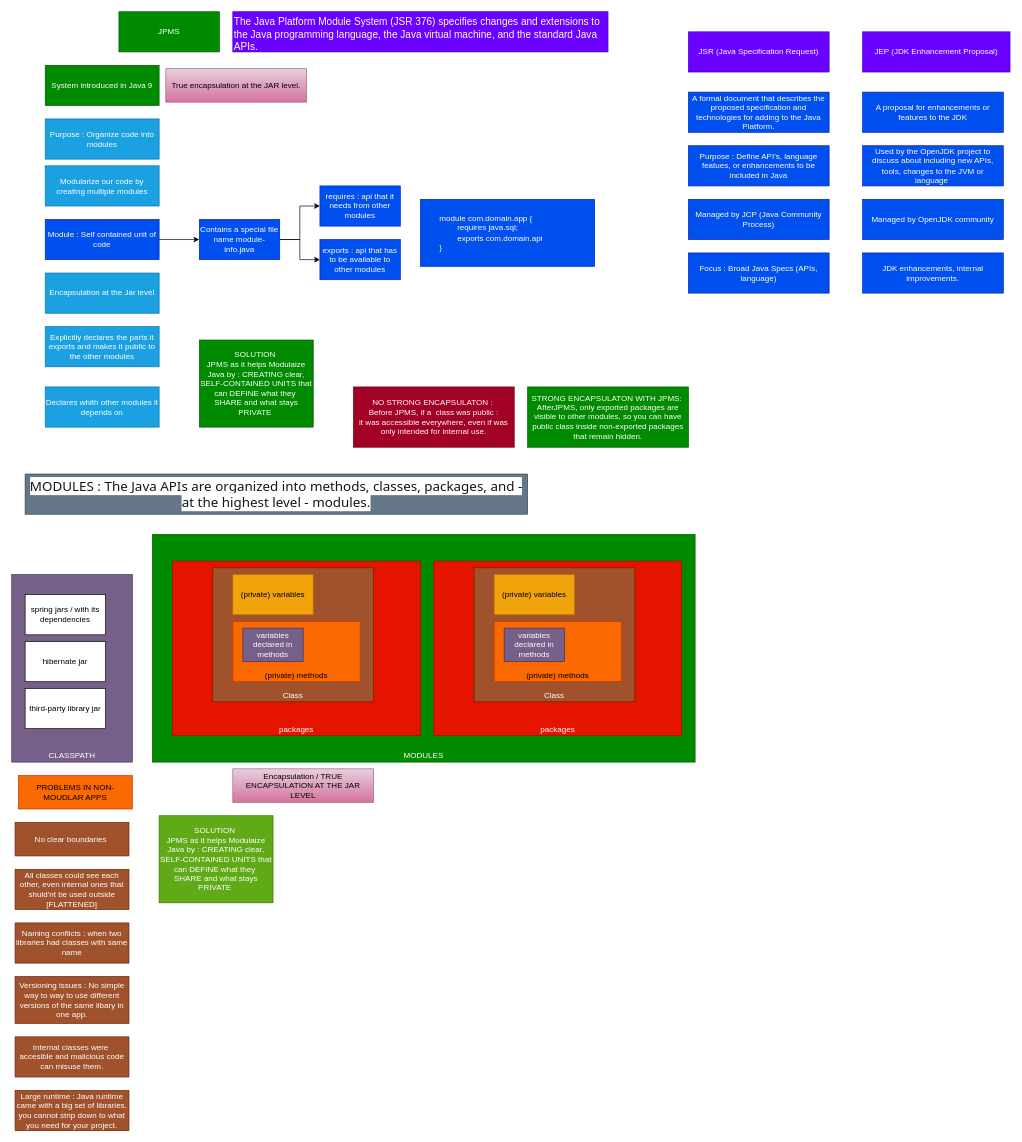
This is page "JPMS" (17 of 17) of Diagrams/Master Drawing Java 21 Design Patterns with Solid.drawio from THRGLO02MAY2025GIT-HUB/THRGLO02MAY2025GIT-REPO, a draw.io file, before an edit. Source tidied: cells renumbered, new cells numbered last; positions are measured from the earlier drawing's top-left corner, leaving out a move shared by most shapes. Both pictures are drawn from the tidied source at 67%, with x=0, y=0 at pixel (11, 11).
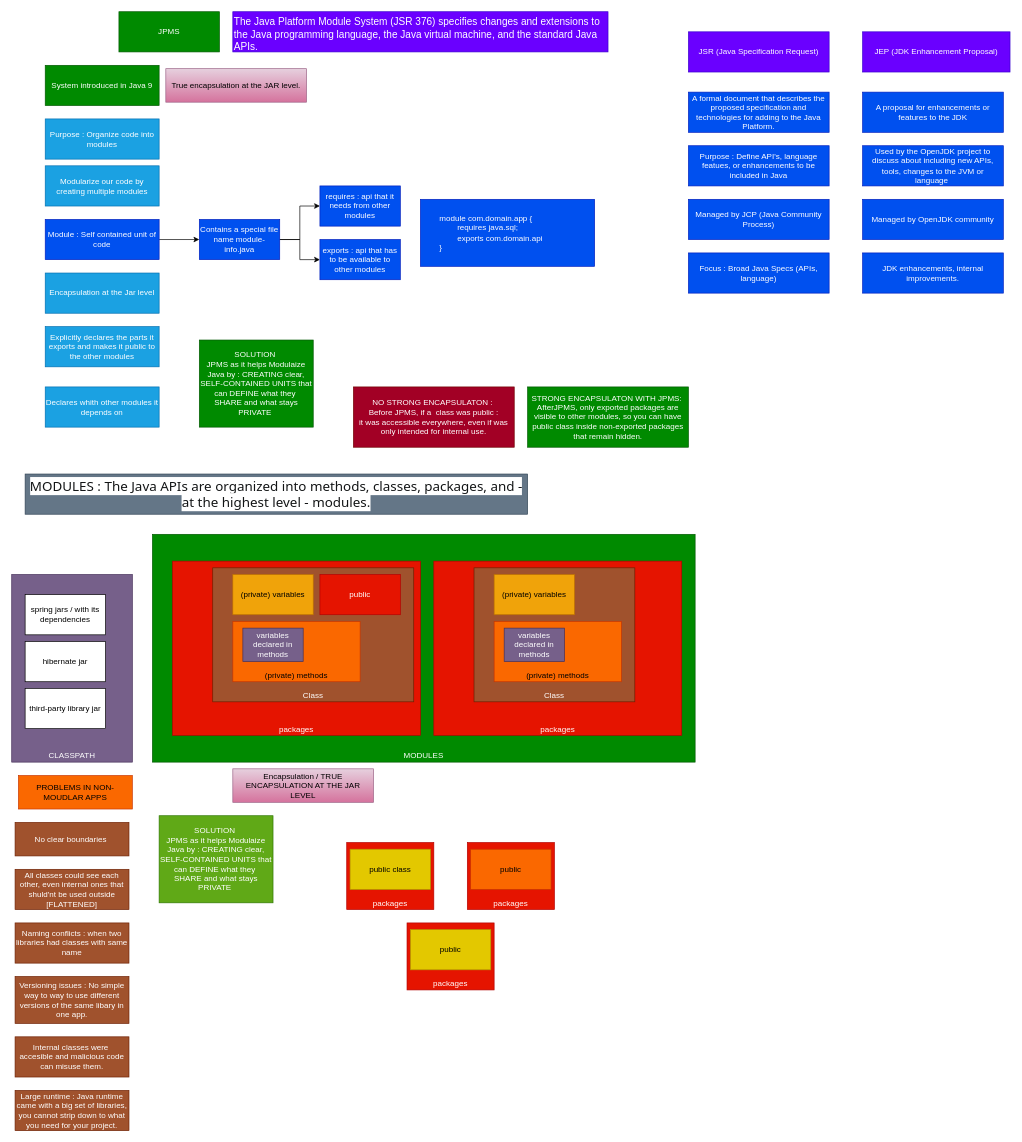
The same diagram, later.

The edit, as a diff of the source:
```diff
@@
     <mxCell id="5" value="Class" style="rounded=0;whiteSpace=wrap;html=1;fillColor=#a0522d;fontColor=#ffffff;strokeColor=#6D1F00;verticalAlign=bottom;" parent="1" vertex="1">
-      <mxGeometry x="300" y="830" width="240" height="200" as="geometry" />
+      <mxGeometry x="300" y="830" width="300" height="200" as="geometry" />
     </mxCell>
@@
+    <mxCell id="57" value="public" style="rounded=0;whiteSpace=wrap;html=1;fillColor=#e51400;fontColor=#ffffff;strokeColor=#B20000;" parent="1" vertex="1">
+      <mxGeometry x="460" y="840" width="120" height="60" as="geometry" />
+    </mxCell>
+    <mxCell id="58" value="packages" style="rounded=0;whiteSpace=wrap;html=1;fillColor=#e51400;fontColor=#ffffff;strokeColor=#B20000;verticalAlign=bottom;" parent="1" vertex="1">
+      <mxGeometry x="500" y="1240" width="130" height="100" as="geometry" />
+    </mxCell>
+    <mxCell id="59" value="packages" style="rounded=0;whiteSpace=wrap;html=1;fillColor=#e51400;fontColor=#ffffff;strokeColor=#B20000;verticalAlign=bottom;" parent="1" vertex="1">
+      <mxGeometry x="680" y="1240" width="130" height="100" as="geometry" />
+    </mxCell>
+    <mxCell id="60" value="packages" style="rounded=0;whiteSpace=wrap;html=1;fillColor=#e51400;fontColor=#ffffff;strokeColor=#B20000;verticalAlign=bottom;" parent="1" vertex="1">
+      <mxGeometry x="590" y="1360" width="130" height="100" as="geometry" />
+    </mxCell>
+    <mxCell id="61" value="public class" style="rounded=0;whiteSpace=wrap;html=1;fillColor=#e3c800;fontColor=#000000;strokeColor=#B09500;" parent="1" vertex="1">
+      <mxGeometry x="505" y="1250" width="120" height="60" as="geometry" />
+    </mxCell>
+    <mxCell id="62" value="public" style="rounded=0;whiteSpace=wrap;html=1;fillColor=#e3c800;fontColor=#000000;strokeColor=#B09500;" parent="1" vertex="1">
+      <mxGeometry x="595" y="1370" width="120" height="60" as="geometry" />
+    </mxCell>
+    <mxCell id="63" value="public" style="rounded=0;whiteSpace=wrap;html=1;fillColor=#fa6800;fontColor=#000000;strokeColor=#C73500;" parent="1" vertex="1">
+      <mxGeometry x="685" y="1250" width="120" height="60" as="geometry" />
+    </mxCell>
```
